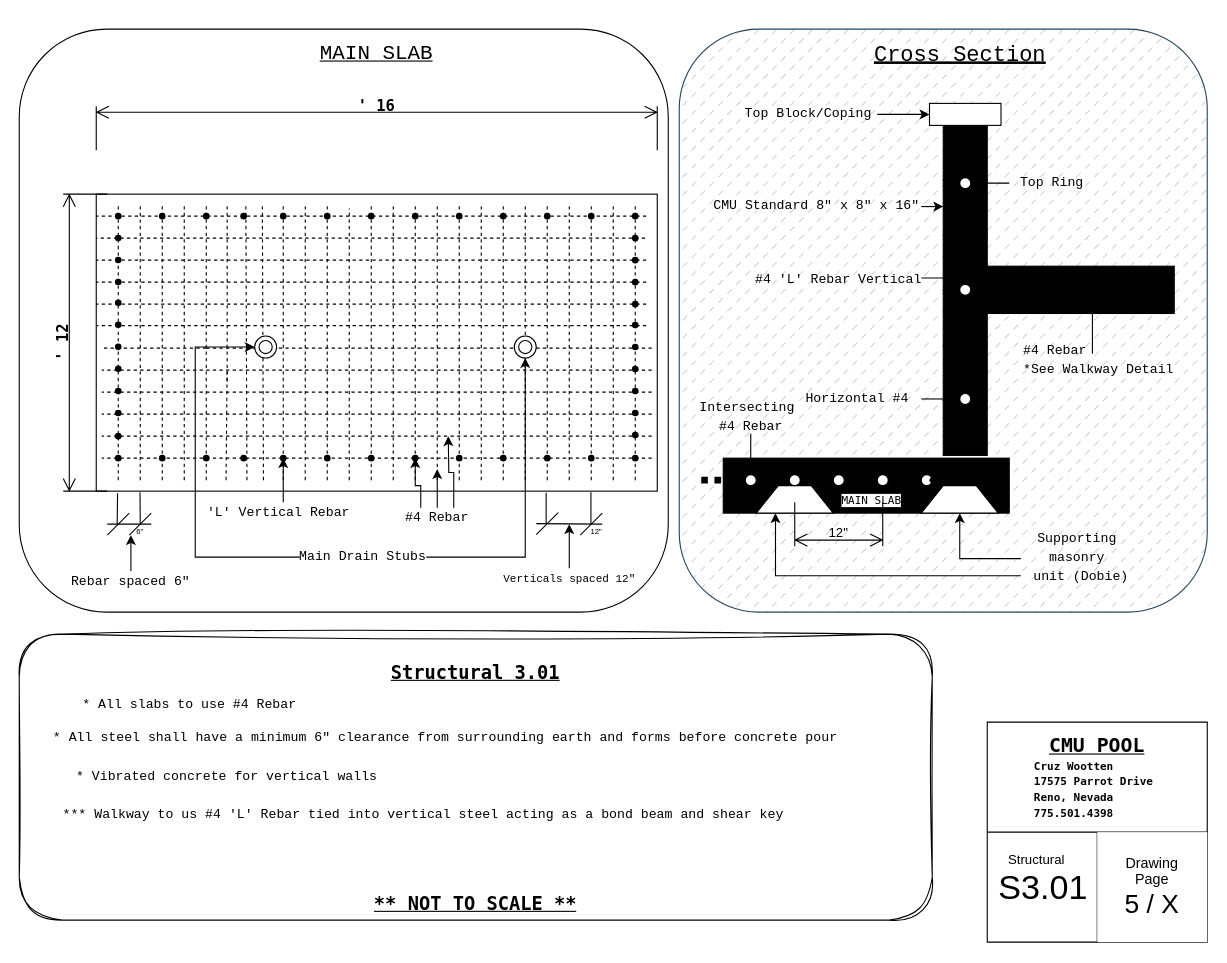
Above: S301.drawio in LilWikipedia/parrotpool (draw.io), before the change. Source tidied: cells renumbered, new cells numbered last; positions are measured from the earlier drawing's top-left corner, leaving out a move shared by most shapes. Both pictures are drawn from the tidied source at 110%, with x=0, y=0 at pixel (19, 29).
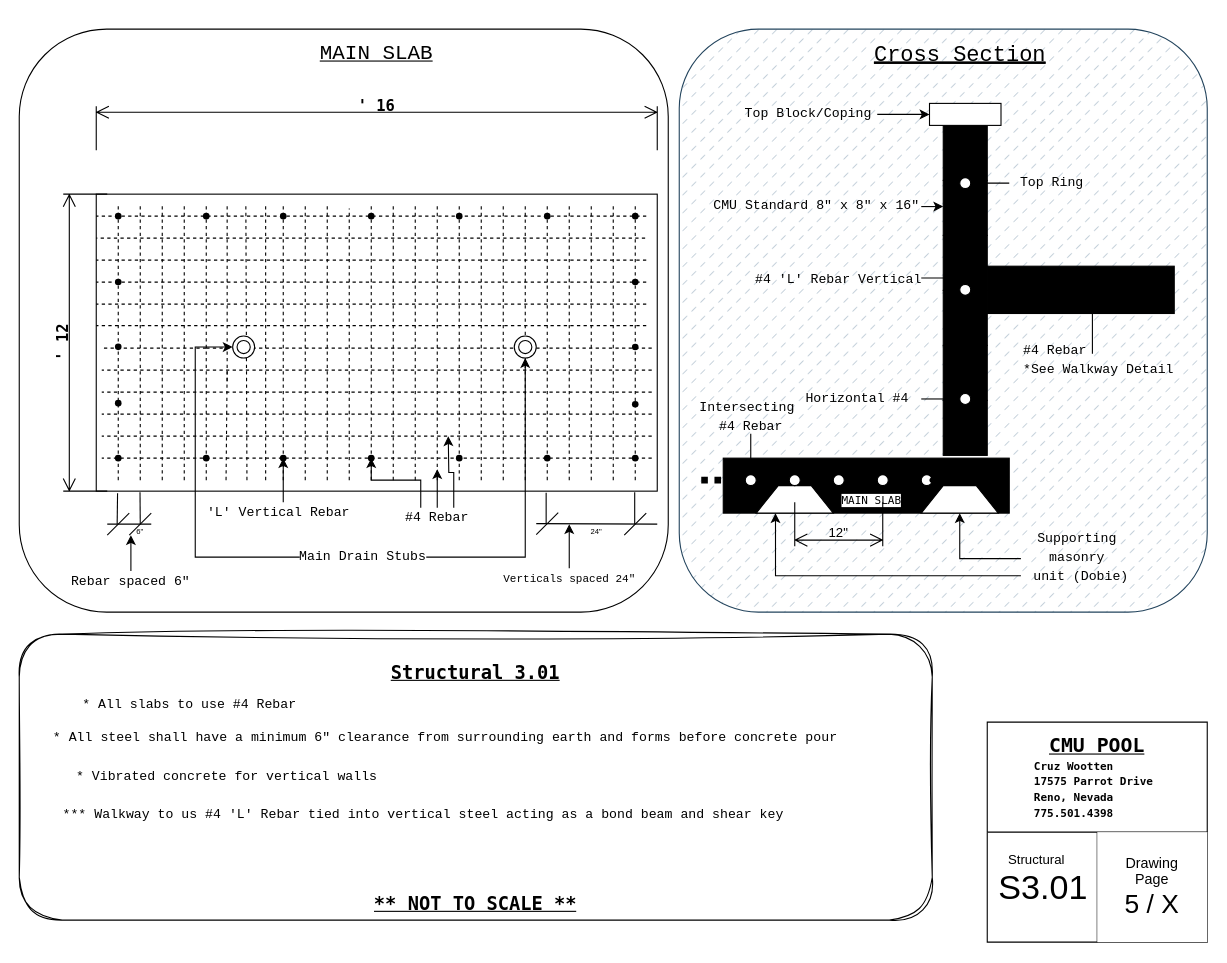
The same page after the edit.

The change refers to these unchanged cells:
```xml
<mxCell id="97" value="&lt;div style=&quot;line-height: 40%;&quot;&gt;&lt;pre&gt;#4 Rebar&lt;/pre&gt;&lt;/div&gt;" style="text;html=1;align=center;verticalAlign=middle;whiteSpace=wrap;rounded=0;strokeColor=none;" parent="1" vertex="1">
  <mxGeometry x="350" y="435" width="60" height="20" as="geometry" />
</mxCell>
```

What changed in the source:
```diff
@@
     <mxCell id="20" style="endArrow=none;dashed=1;html=1;rounded=0;" parent="1" edge="1">
       <mxGeometry relative="1" as="geometry">
-        <mxPoint x="222" y="410" as="sourcePoint" />
-        <mxPoint x="221" y="160" as="targetPoint" />
+        <mxPoint x="224" y="410" as="sourcePoint" />
+        <mxPoint x="224" y="160" as="targetPoint" />
       </mxGeometry>
     </mxCell>
@@
-    <mxCell id="110" style="shape=waypoint;sketch=0;fillStyle=solid;size=6;fillColor=none;perimeter=centerPerimeter;" parent="1" vertex="1">
-      <mxGeometry x="510" y="380" width="20" height="20" as="geometry" />
-    </mxCell>
-    <mxCell id="111" style="shape=waypoint;sketch=0;fillStyle=solid;size=6;fillColor=none;perimeter=centerPerimeter;" parent="1" vertex="1">
-      <mxGeometry x="430" y="380" width="20" height="20" as="geometry" />
-    </mxCell>
@@
     <mxCell id="113" style="shape=waypoint;sketch=0;fillStyle=solid;size=6;points=[];fillColor=none;perimeter=centerPerimeter;snapToPoint=1;" parent="1" vertex="1">
-      <mxGeometry x="350" y="380" width="20" height="20" as="geometry" />
+      <mxGeometry x="310" y="380" width="20" height="20" as="geometry" />
     </mxCell>
@@
-    <mxCell id="115" style="shape=waypoint;sketch=0;fillStyle=solid;size=6;fillColor=none;perimeter=centerPerimeter;" parent="1" vertex="1">
-      <mxGeometry x="270" y="380" width="20" height="20" as="geometry" />
-    </mxCell>
-    <mxCell id="116" style="shape=waypoint;sketch=0;fillStyle=solid;size=6;fillColor=none;perimeter=centerPerimeter;" parent="1" vertex="1">
-      <mxGeometry x="310" y="380" width="20" height="20" as="geometry" />
-    </mxCell>
@@
-    <mxCell id="118" style="shape=waypoint;sketch=0;fillStyle=solid;size=6;fillColor=none;perimeter=centerPerimeter;" parent="1" vertex="1">
-      <mxGeometry x="194" y="380" width="20" height="20" as="geometry" />
-    </mxCell>
@@
-    <mxCell id="120" style="shape=waypoint;sketch=0;fillStyle=solid;size=6;fillColor=none;perimeter=centerPerimeter;" parent="1" vertex="1">
-      <mxGeometry x="120" y="380" width="20" height="20" as="geometry" />
-    </mxCell>
@@
-    <mxCell id="123" style="shape=waypoint;sketch=0;fillStyle=solid;size=6;fillColor=none;perimeter=centerPerimeter;" parent="1" vertex="1">
-      <mxGeometry x="120" y="160" width="20" height="20" as="geometry" />
-    </mxCell>
@@
-    <mxCell id="125" style="shape=waypoint;sketch=0;fillStyle=solid;size=6;fillColor=none;perimeter=centerPerimeter;" parent="1" vertex="1">
-      <mxGeometry x="194" y="160" width="20" height="20" as="geometry" />
-    </mxCell>
@@
-    <mxCell id="127" style="shape=waypoint;sketch=0;fillStyle=solid;size=6;fillColor=none;perimeter=centerPerimeter;" parent="1" vertex="1">
-      <mxGeometry x="270" y="160" width="20" height="20" as="geometry" />
-    </mxCell>
@@
-    <mxCell id="129" style="shape=waypoint;sketch=0;fillStyle=solid;size=6;fillColor=none;perimeter=centerPerimeter;" parent="1" vertex="1">
-      <mxGeometry x="350" y="160" width="20" height="20" as="geometry" />
-    </mxCell>
@@
-    <mxCell id="131" style="shape=waypoint;sketch=0;fillStyle=solid;size=6;fillColor=none;perimeter=centerPerimeter;" parent="1" vertex="1">
-      <mxGeometry x="430" y="160" width="20" height="20" as="geometry" />
-    </mxCell>
@@
-    <mxCell id="133" style="shape=waypoint;sketch=0;fillStyle=solid;size=6;fillColor=none;perimeter=centerPerimeter;" parent="1" vertex="1">
-      <mxGeometry x="510" y="160" width="20" height="20" as="geometry" />
-    </mxCell>
@@
-    <mxCell id="135" style="shape=waypoint;sketch=0;fillStyle=solid;size=6;fillColor=none;perimeter=centerPerimeter;" parent="1" vertex="1">
-      <mxGeometry x="550" y="180" width="20" height="20" as="geometry" />
-    </mxCell>
-    <mxCell id="136" style="shape=waypoint;sketch=0;fillStyle=solid;size=6;fillColor=none;perimeter=centerPerimeter;" parent="1" vertex="1">
-      <mxGeometry x="550" y="200" width="20" height="20" as="geometry" />
-    </mxCell>
-    <mxCell id="137" style="shape=waypoint;sketch=0;fillStyle=solid;size=6;fillColor=none;perimeter=centerPerimeter;" parent="1" vertex="1">
-      <mxGeometry x="550" y="220" width="20" height="20" as="geometry" />
-    </mxCell>
-    <mxCell id="138" style="shape=waypoint;sketch=0;fillStyle=solid;size=6;fillColor=none;perimeter=centerPerimeter;" parent="1" vertex="1">
-      <mxGeometry x="550" y="240" width="20" height="20" as="geometry" />
-    </mxCell>
-    <mxCell id="139" style="shape=waypoint;sketch=0;fillStyle=solid;size=6;fillColor=none;perimeter=centerPerimeter;" parent="1" vertex="1">
-      <mxGeometry x="550" y="259" width="20" height="20" as="geometry" />
-    </mxCell>
@@
-    <mxCell id="141" style="shape=waypoint;sketch=0;fillStyle=solid;size=6;fillColor=none;perimeter=centerPerimeter;" parent="1" vertex="1">
-      <mxGeometry x="550" y="299" width="20" height="20" as="geometry" />
-    </mxCell>
-    <mxCell id="142" style="shape=waypoint;sketch=0;fillStyle=solid;size=6;fillColor=none;perimeter=centerPerimeter;" parent="1" vertex="1">
-      <mxGeometry x="550" y="319" width="20" height="20" as="geometry" />
-    </mxCell>
     <mxCell id="143" style="shape=waypoint;sketch=0;fillStyle=solid;size=6;fillColor=none;perimeter=centerPerimeter;" parent="1" vertex="1">
-      <mxGeometry x="550" y="339" width="20" height="20" as="geometry" />
+      <mxGeometry x="550" y="331" width="20" height="20" as="geometry" />
     </mxCell>
-    <mxCell id="144" style="shape=waypoint;sketch=0;fillStyle=solid;size=6;fillColor=none;perimeter=centerPerimeter;" parent="1" vertex="1">
-      <mxGeometry x="550" y="359" width="20" height="20" as="geometry" />
-    </mxCell>
-    <mxCell id="145" style="shape=waypoint;sketch=0;fillStyle=solid;size=6;fillColor=none;perimeter=centerPerimeter;" parent="1" vertex="1">
-      <mxGeometry x="80" y="360" width="20" height="20" as="geometry" />
-    </mxCell>
-    <mxCell id="146" style="shape=waypoint;sketch=0;fillStyle=solid;size=6;fillColor=none;perimeter=centerPerimeter;" parent="1" vertex="1">
-      <mxGeometry x="80" y="179.8" width="20" height="20" as="geometry" />
-    </mxCell>
-    <mxCell id="147" style="shape=waypoint;sketch=0;fillStyle=solid;size=6;fillColor=none;perimeter=centerPerimeter;" parent="1" vertex="1">
-      <mxGeometry x="80" y="199.8" width="20" height="20" as="geometry" />
-    </mxCell>
@@
-    <mxCell id="149" style="shape=waypoint;sketch=0;fillStyle=solid;size=6;fillColor=none;perimeter=centerPerimeter;" parent="1" vertex="1">
-      <mxGeometry x="80" y="238.8" width="20" height="20" as="geometry" />
-    </mxCell>
-    <mxCell id="150" style="shape=waypoint;sketch=0;fillStyle=solid;size=6;fillColor=none;perimeter=centerPerimeter;" parent="1" vertex="1">
-      <mxGeometry x="80" y="258.8" width="20" height="20" as="geometry" />
-    </mxCell>
@@
-    <mxCell id="152" style="shape=waypoint;sketch=0;fillStyle=solid;size=6;fillColor=none;perimeter=centerPerimeter;" parent="1" vertex="1">
-      <mxGeometry x="80" y="298.8" width="20" height="20" as="geometry" />
-    </mxCell>
     <mxCell id="153" style="shape=waypoint;sketch=0;fillStyle=solid;size=6;fillColor=none;perimeter=centerPerimeter;" parent="1" vertex="1">
-      <mxGeometry x="80" y="339" width="20" height="20" as="geometry" />
+      <mxGeometry x="80" y="330" width="20" height="20" as="geometry" />
     </mxCell>
-    <mxCell id="154" style="shape=waypoint;sketch=0;fillStyle=solid;size=6;fillColor=none;perimeter=centerPerimeter;" parent="1" vertex="1">
-      <mxGeometry x="80" y="319" width="20" height="20" as="geometry" />
-    </mxCell>
@@
     <mxCell id="162" style="edgeStyle=orthogonalEdgeStyle;rounded=0;jettySize=auto;html=1;exitX=0.25;exitY=0;exitDx=0;exitDy=0;entryX=0.898;entryY=0.991;entryDx=0;entryDy=0;entryPerimeter=0;" parent="1" edge="1" source="97" target="113">
-      <mxGeometry relative="1" as="geometry" />
+      <mxGeometry relative="1" as="geometry">
+        <Array as="points">
+          <mxPoint x="365" y="410" />
+          <mxPoint x="320" y="410" />
+        </Array>
+      </mxGeometry>
     </mxCell>
     <mxCell id="163" style="ellipse;shape=doubleEllipse;whiteSpace=wrap;html=1;" parent="1" vertex="1">
-      <mxGeometry x="214" y="279" width="20" height="20" as="geometry" />
+      <mxGeometry x="194" y="279" width="20" height="20" as="geometry" />
     </mxCell>
@@
-    <mxCell id="173" value="&lt;div style=&quot;line-height: 40%;&quot;&gt;&lt;pre&gt;&lt;font style=&quot;font-size: 10px;&quot;&gt;Verticals spaced 12&quot;&lt;/font&gt;&lt;/pre&gt;&lt;/div&gt;" style="text;html=1;align=center;verticalAlign=middle;whiteSpace=wrap;rounded=0;strokeColor=none;" parent="1" vertex="1">
+    <mxCell id="173" value="&lt;div style=&quot;line-height: 40%;&quot;&gt;&lt;pre&gt;&lt;font style=&quot;font-size: 10px;&quot;&gt;Verticals spaced 24&quot;&lt;/font&gt;&lt;/pre&gt;&lt;/div&gt;" style="text;html=1;align=center;verticalAlign=middle;whiteSpace=wrap;rounded=0;strokeColor=none;" parent="1" vertex="1">
       <mxGeometry x="407.5" y="490" width="185" height="20" as="geometry" />
     </mxCell>
@@
     <mxCell id="175" style="endArrow=none;html=1;rounded=0;entryX=0.078;entryY=1.004;entryDx=0;entryDy=0;entryPerimeter=0;" parent="1" edge="1">
       <mxGeometry relative="1" as="geometry">
-        <mxPoint x="519.7" y="450" as="sourcePoint" />
-        <mxPoint x="519.7" y="421" as="targetPoint" />
+        <mxPoint x="559.5" y="450" as="sourcePoint" />
+        <mxPoint x="559.5" y="421" as="targetPoint" />
       </mxGeometry>
     </mxCell>
     <mxCell id="176" style="endArrow=none;html=1;rounded=0;" parent="1" edge="1">
       <mxGeometry relative="1" as="geometry">
-        <mxPoint x="510" y="460" as="sourcePoint" />
-        <mxPoint x="530" y="440" as="targetPoint" />
+        <mxPoint x="550" y="460" as="sourcePoint" />
+        <mxPoint x="570" y="440" as="targetPoint" />
+        <Array as="points">
+          <mxPoint x="560" y="450" />
+        </Array>
       </mxGeometry>
     </mxCell>
@@
     <mxCell id="178" style="endArrow=none;html=1;rounded=0;" parent="1" edge="1">
       <mxGeometry relative="1" as="geometry">
         <mxPoint x="470" y="449.5" as="sourcePoint" />
-        <mxPoint x="530" y="450" as="targetPoint" />
+        <mxPoint x="580" y="450" as="targetPoint" />
       </mxGeometry>
     </mxCell>
-    <mxCell id="179" value="&lt;font style=&quot;font-size: 7px;&quot;&gt;12&quot;&lt;/font&gt;" style="text;html=1;align=center;verticalAlign=middle;whiteSpace=wrap;rounded=0;" parent="1" vertex="1">
+    <mxCell id="179" value="&lt;font style=&quot;font-size: 7px;&quot;&gt;24&quot;&lt;/font&gt;" style="text;html=1;align=center;verticalAlign=middle;whiteSpace=wrap;rounded=0;" parent="1" vertex="1">
       <mxGeometry x="520" y="450" width="10" height="9.5" as="geometry" />
     </mxCell>
+    <mxCell id="180" style="shape=waypoint;sketch=0;fillStyle=solid;size=6;fillColor=none;perimeter=centerPerimeter;" parent="1" vertex="1">
+      <mxGeometry x="550" y="219.8" width="20" height="20" as="geometry" />
+    </mxCell>
```
